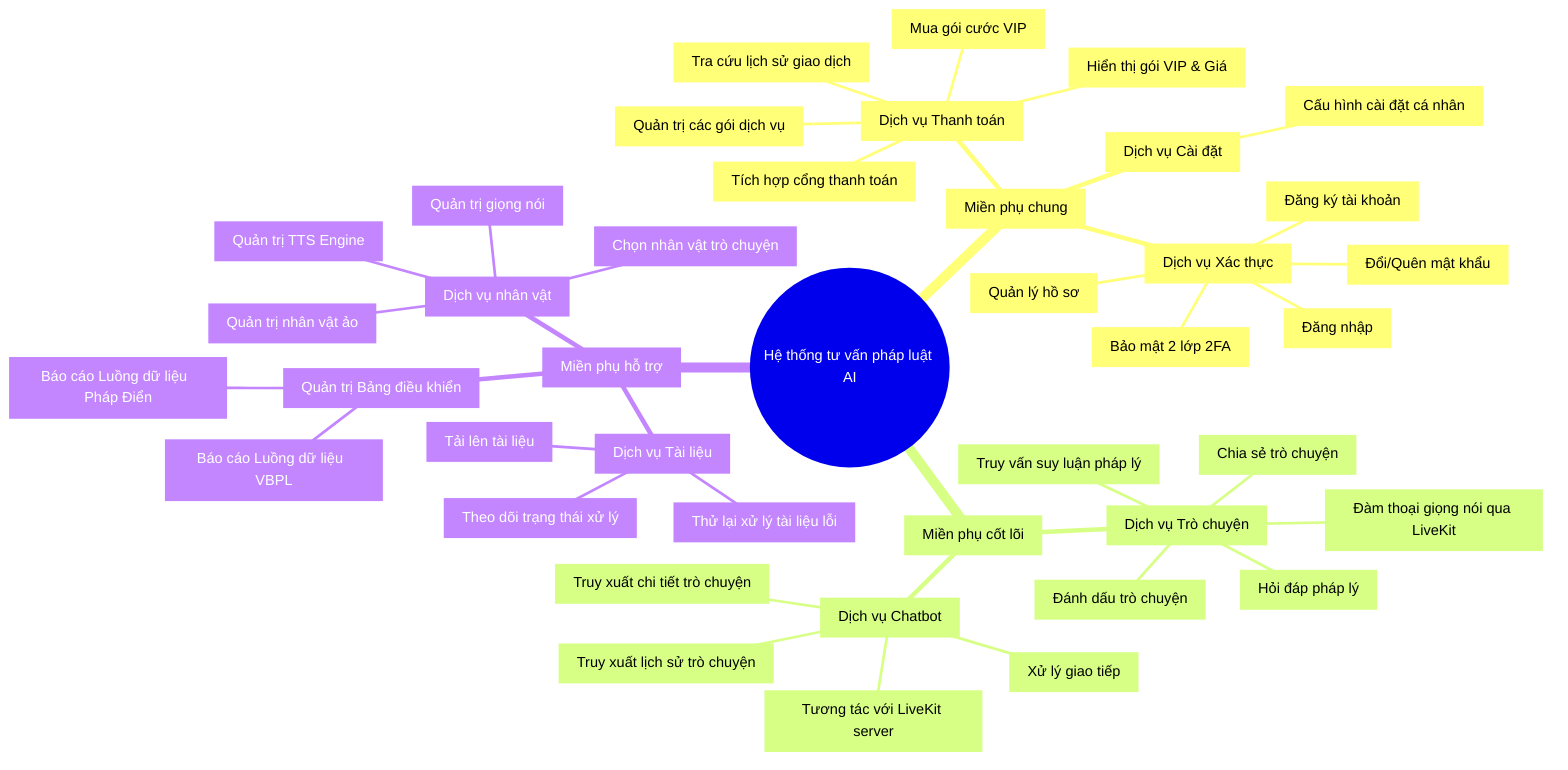
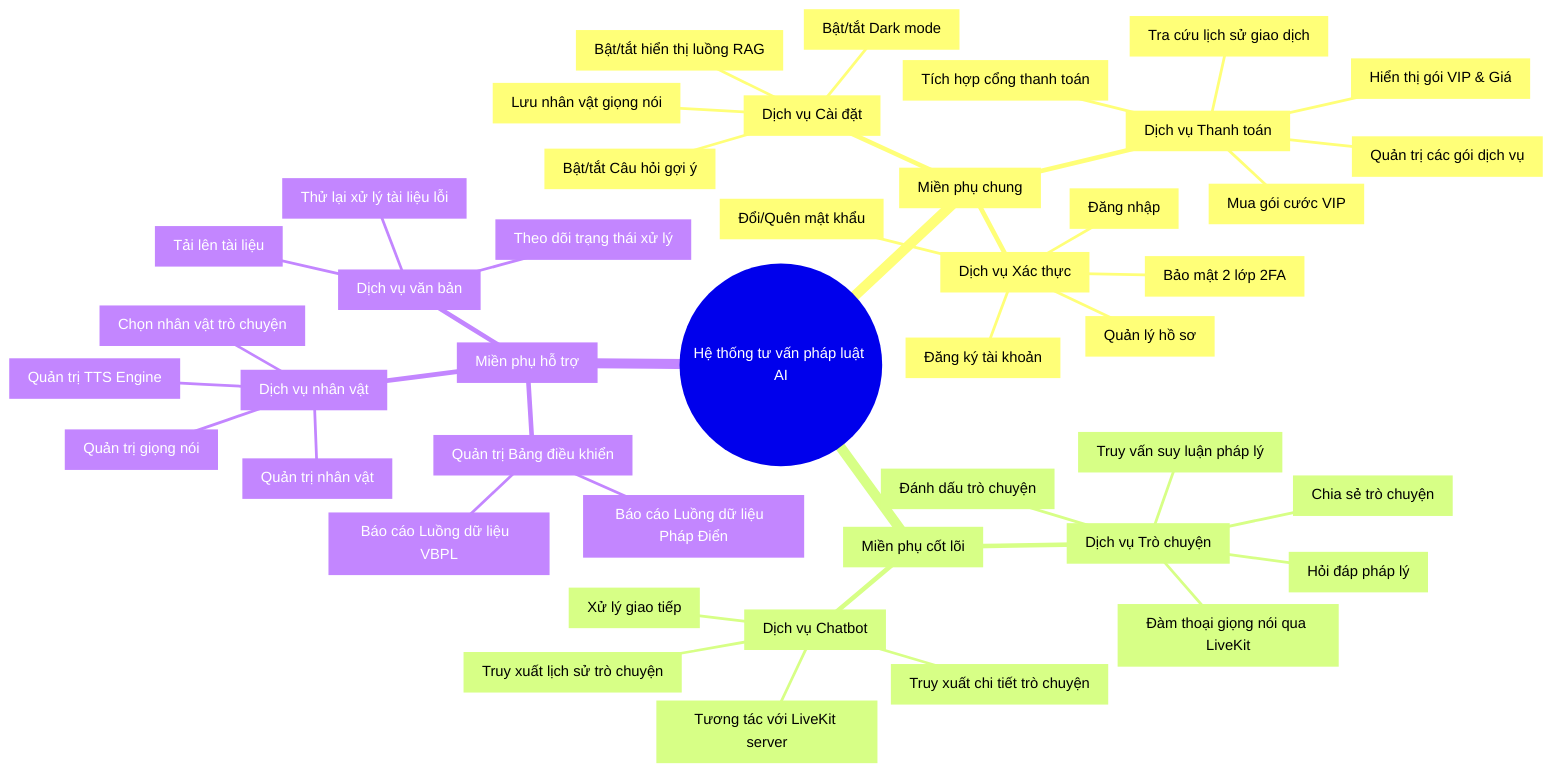
mindmap
  root((Hệ thống tư vấn pháp luật AI))
    Generic["Miền phụ chung"]
      Auth["Dịch vụ Xác thực"]
        Register["Đăng ký tài khoản"]
        Login["Đăng nhập"]
        MFA["Bảo mật 2 lớp 2FA"]
        Profile["Quản lý hồ sơ"]
        Password["Đổi/Quên mật khẩu"]
      Settings["Dịch vụ Cài đặt"]
-         Config["Cấu hình cài đặt cá nhân"]
+         Voice_Save["Lưu nhân vật giọng nói"]
+         DarkMode["Bật/tắt Dark mode"]
+         Suggest["Bật/tắt Câu hỏi gợi ý"]
+         RAG_View["Bật/tắt hiển thị luồng RAG"]
      Payment["Dịch vụ Thanh toán"]
        View_Price["Hiển thị gói VIP & Giá"]
        Purchase_VIP["Mua gói cước VIP"]
        Txn_History["Tra cứu lịch sử giao dịch"]
        Manage_Plans["Quản trị các gói dịch vụ"]
        Payment_Gateway["Tích hợp cổng thanh toán"]
    Core["Miền phụ cốt lõi"]
      Conversation["Dịch vụ Trò chuyện"]
        Chat["Hỏi đáp pháp lý"]
        Bookmark["Đánh dấu trò chuyện"]
        Share["Chia sẻ trò chuyện"]
        Reasoning["Truy vấn suy luận pháp lý"]
        VoiceChat["Đàm thoại giọng nói qua LiveKit"]
      Chatbot["Dịch vụ Chatbot"]
        Chatbot_Comm["Xử lý giao tiếp"]
        Chatbot_Hist["Truy xuất lịch sử trò chuyện"]
        Chatbot_Detail["Truy xuất chi tiết trò chuyện"]
        LiveKit["Tương tác với LiveKit server"]
    Supporting["Miền phụ hỗ trợ"]
-       Document["Dịch vụ Tài liệu"]
+       Document["Dịch vụ văn bản"]
        Upload_Doc["Tải lên tài liệu"]
        Doc_Status["Theo dõi trạng thái xử lý"]
        Retry_Doc["Thử lại xử lý tài liệu lỗi"]
      Persona["Dịch vụ nhân vật"]
        Select["Chọn nhân vật trò chuyện"]
-         Manage_Persona["Quản trị nhân vật ảo"]
+         Manage_Persona["Quản trị nhân vật"]
        Manage_TTS_Engine["Quản trị TTS Engine"]
        Manage_Voice["Quản trị giọng nói"]
      Dashboard["Quản trị Bảng điều khiển"]
        VBPL_Pipeline["Báo cáo Luồng dữ liệu  VBPL"]
        PhapDien_Pipeline["Báo cáo Luồng dữ liệu  Pháp Điển"]
